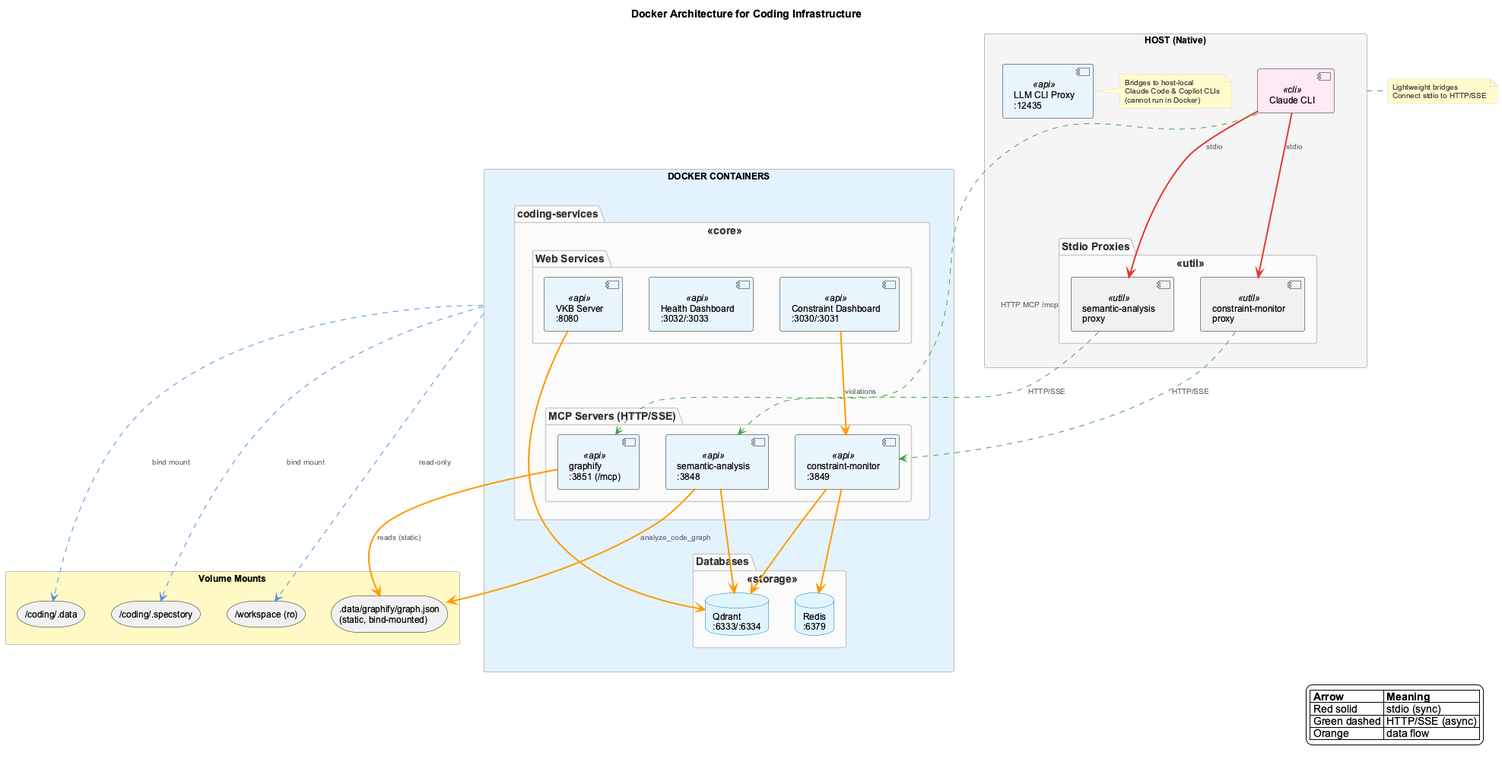
Earlier version of the PlantUML export docs/images/docker-architecture.png (fwornle/coding).
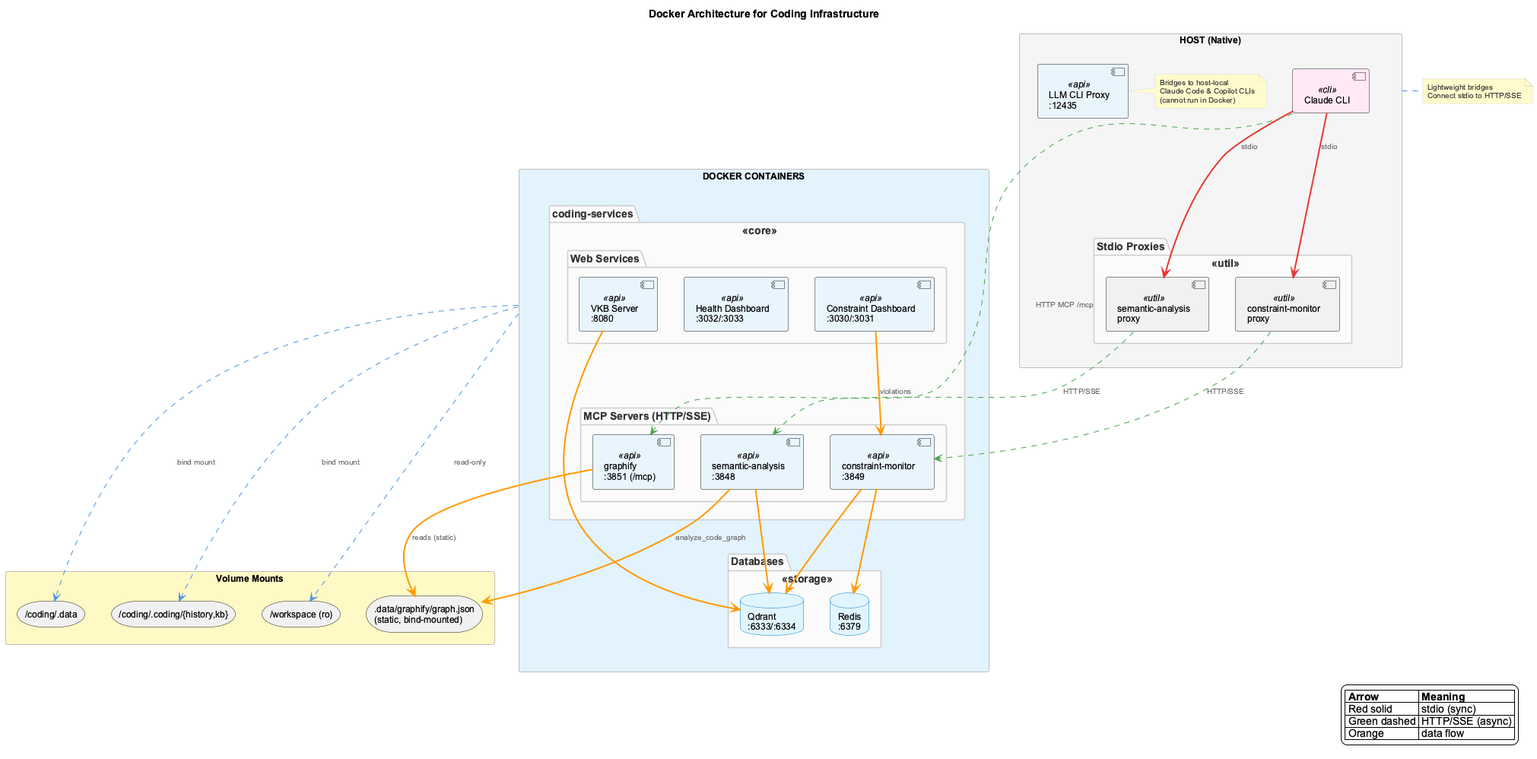
After the change.

Diff of the diagram source:
```diff
@@ -51,7 +51,7 @@
 rectangle "Volume Mounts" as volumes #FFF9C4 {
     storage "/coding/.data" as data_vol
     storage ".data/graphify/graph.json\n(static, bind-mounted)" as graphjson
-    storage "/coding/.specstory" as specstory_vol
+    storage "/coding/.coding/{history,kb}" as history_vol
     storage "/workspace (ro)" as workspace_vol
 }
 
@@ -75,7 +75,7 @@
 cdash DATA_LINE cm_sse : "violations"
 
 docker ..> data_vol : bind mount
-docker ..> specstory_vol : bind mount
+docker ..> history_vol : bind mount
 docker ..> workspace_vol : read-only
 
 legend right
```
